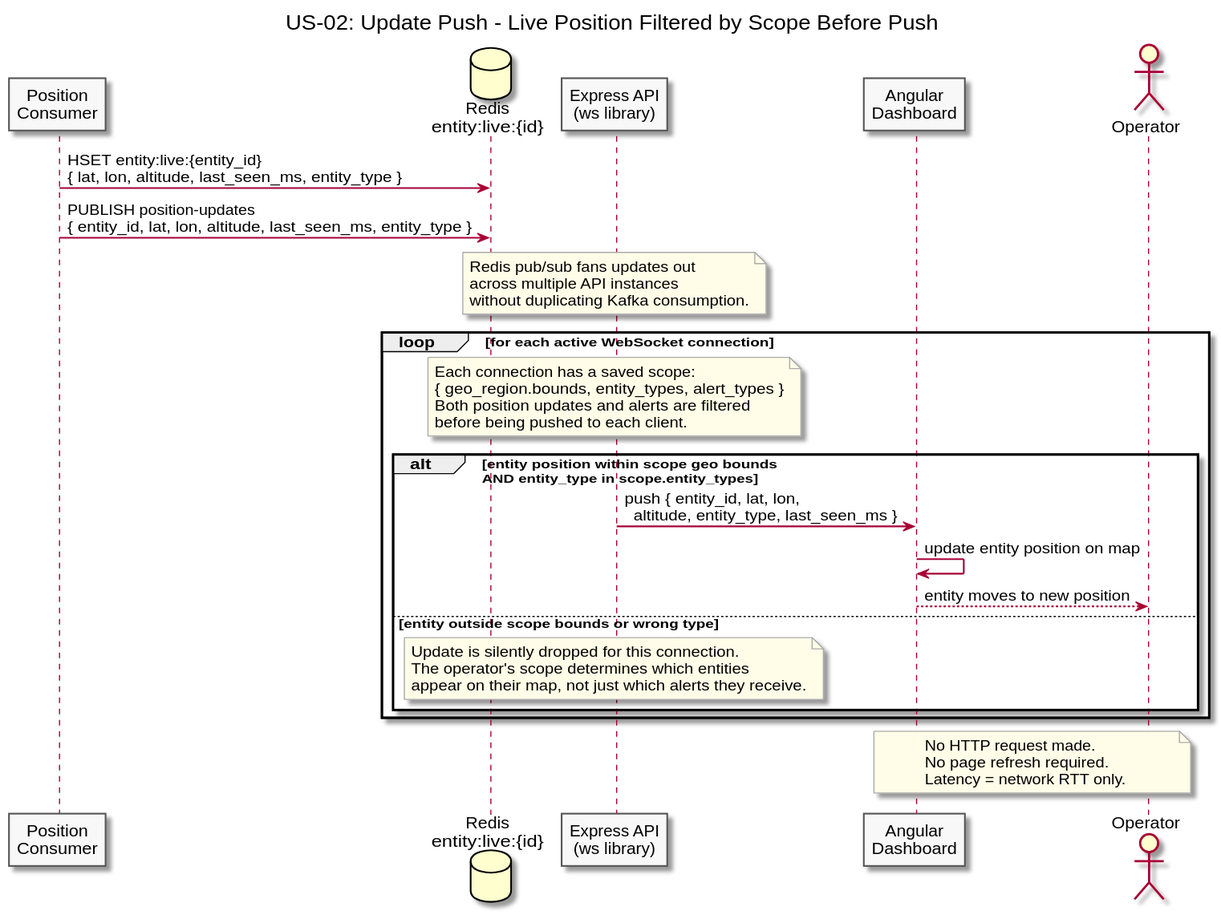
Before: diagrams/docs/use-cases/US-02-live-map-updates/update-push.svg, a diagram exported from PlantUML (Buffden/sentinel).
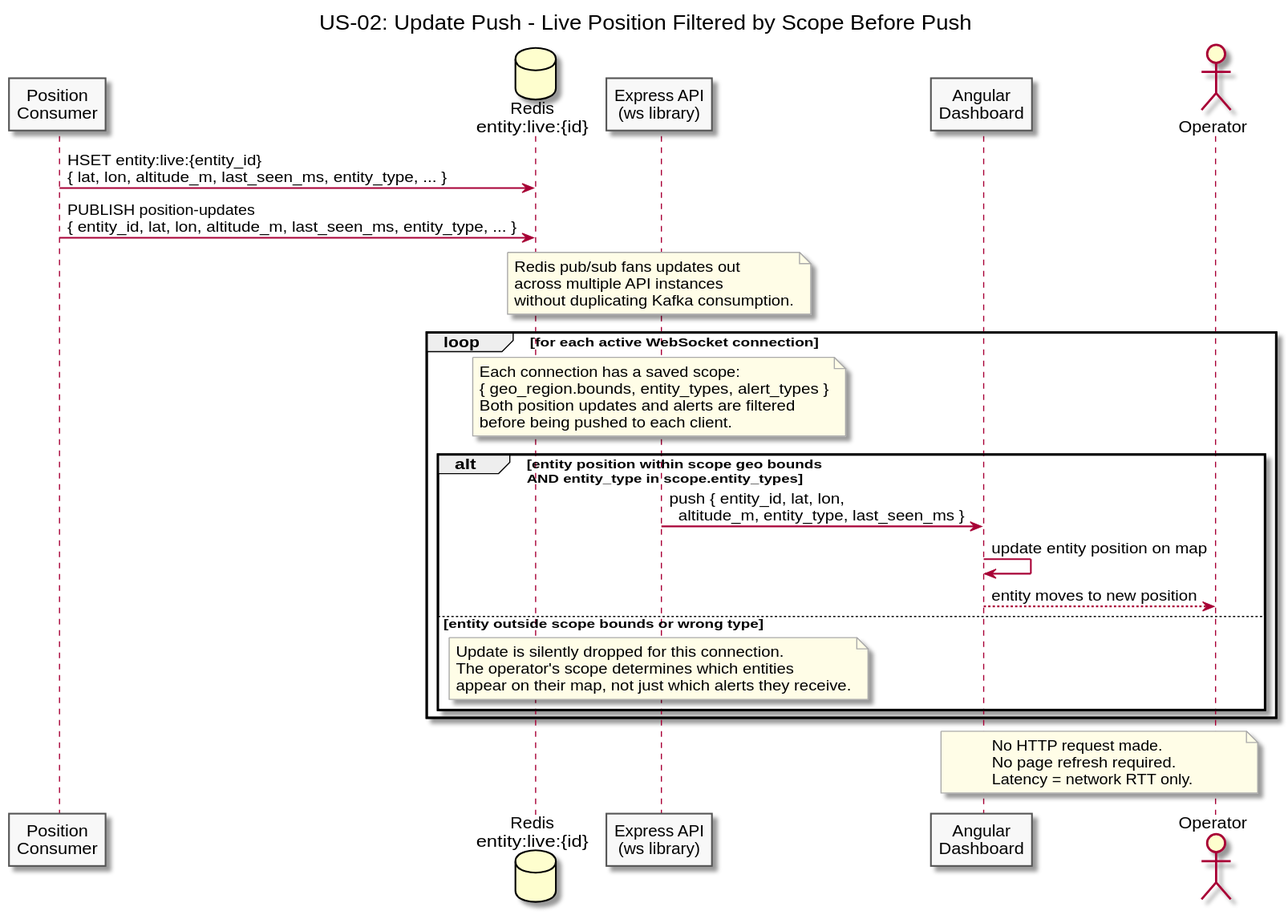
The same diagram one commit later.

Commit message:
chore: auto-export diagrams [skip ci]

The edit, as a diff of the source:
```diff
@@ -13,8 +13,8 @@
 participant "Angular\nDashboard" as Dashboard
 actor Operator
 
-Consumer -> Redis : HSET entity:live:{entity_id}\n{ lat, lon, altitude, last_seen_ms, entity_type }
-Consumer -> Redis : PUBLISH position-updates\n{ entity_id, lat, lon, altitude, last_seen_ms, entity_type }
+Consumer -> Redis : HSET entity:live:{entity_id}\n{ lat, lon, altitude_m, last_seen_ms, entity_type, ... }
+Consumer -> Redis : PUBLISH position-updates\n{ entity_id, lat, lon, altitude_m, last_seen_ms, entity_type, ... }
 
 note over API
   Redis pub/sub fans updates out
@@ -31,7 +31,7 @@
   end note
 
   alt entity position within scope geo bounds\nAND entity_type in scope.entity_types
-    API -> Dashboard : push { entity_id, lat, lon,\n  altitude, entity_type, last_seen_ms }
+    API -> Dashboard : push { entity_id, lat, lon,\n  altitude_m, entity_type, last_seen_ms }
     Dashboard -> Dashboard : update entity position on map
     Dashboard --> Operator : entity moves to new position
   else entity outside scope bounds or wrong type
```
